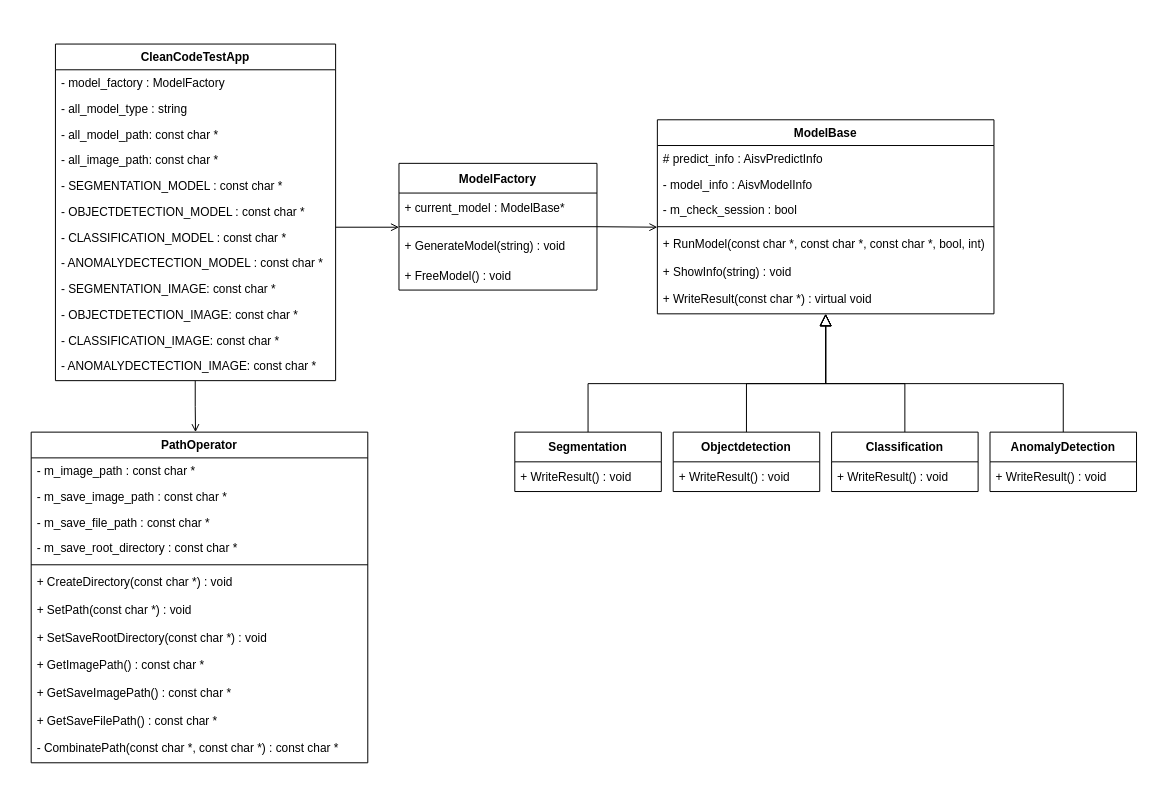
This is CleanCode.drawio from muscleee/UML, a draw.io file, before an edit. Source tidied: cells renumbered, new cells numbered last; positions are measured from the earlier drawing's top-left corner, leaving out a move shared by most shapes. Both pictures are drawn from the tidied source at 99%, with x=0, y=0 at pixel (31, 44).
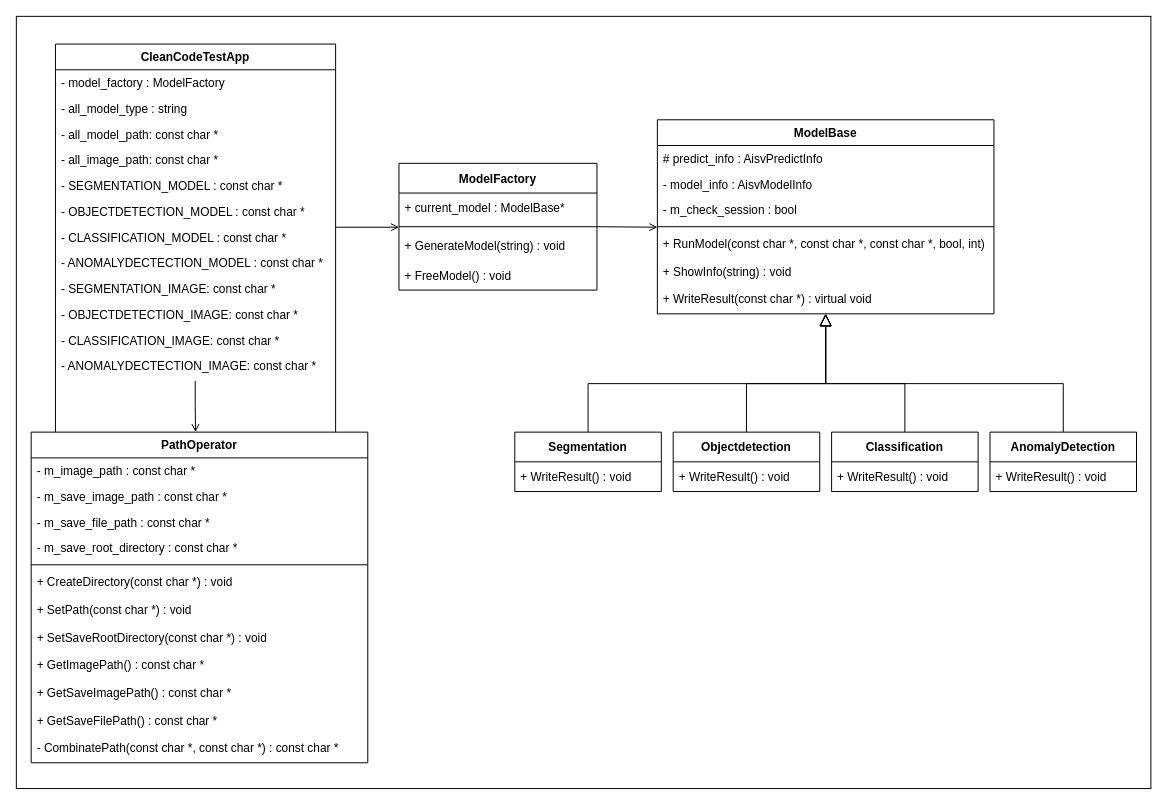
The same page after the edit.

Change to the diagram source:
```diff
@@
+    <mxCell id="56" style="rounded=0;whiteSpace=wrap;html=1;" parent="1" vertex="1">
+      <mxGeometry x="-15" y="-28" width="1146" height="780" as="geometry" />
+    </mxCell>
@@
     <mxCell id="12" value="CleanCodeTestApp" style="swimlane;fontStyle=1;align=center;verticalAlign=top;horizontal=1;startSize=26;rounded=0;shadow=0;strokeWidth=1;" parent="1" vertex="1">
-      <mxGeometry x="24.5" width="283" height="340" as="geometry" />
+      <mxGeometry x="24.5" width="283" height="400" as="geometry" />
     </mxCell>
```
